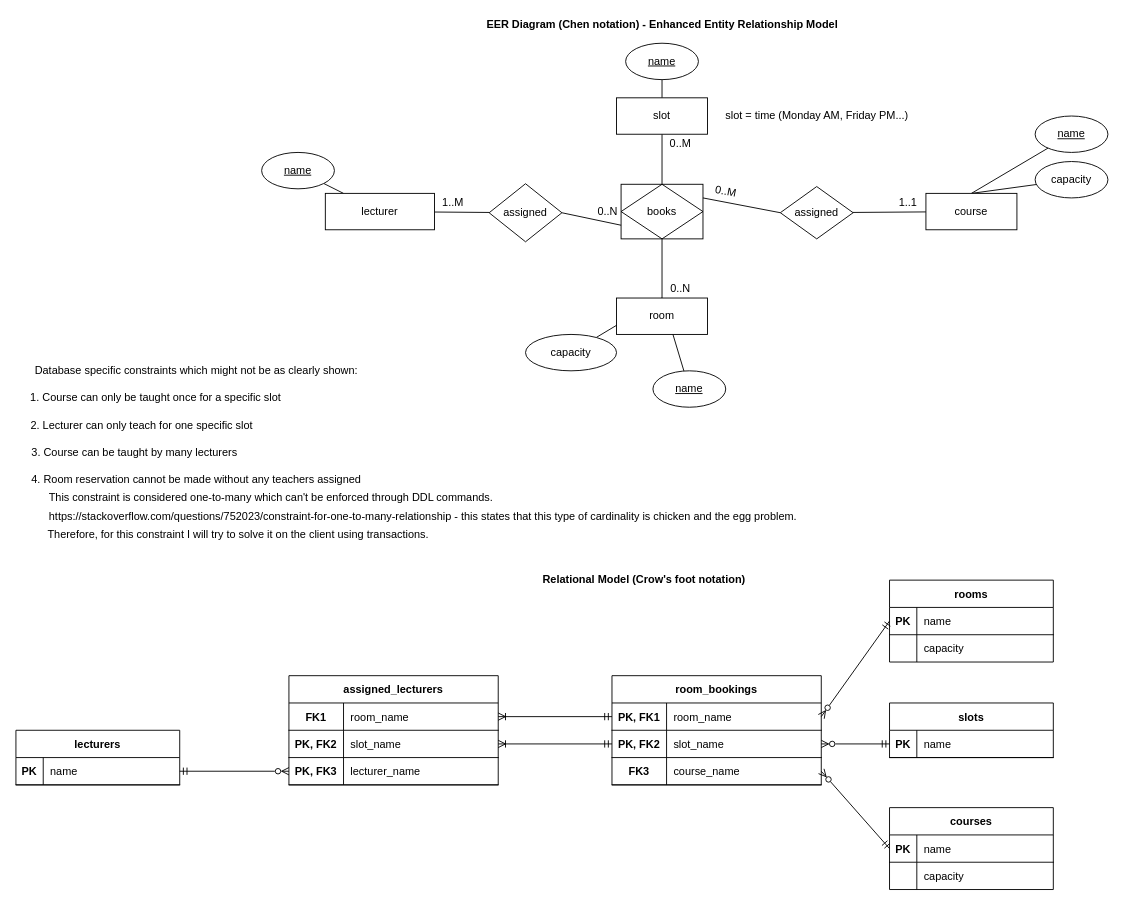
Earlier version of the draw.io diagram ER.drawio (rokaskasperavicius/sd-porfolio-3). Source tidied: cells renumbered, new cells numbered last; positions are measured from the earlier drawing's top-left corner, leaving out a move shared by most shapes. Both pictures are drawn from the tidied source at 91%, with x=0, y=0 at pixel (15, 15).
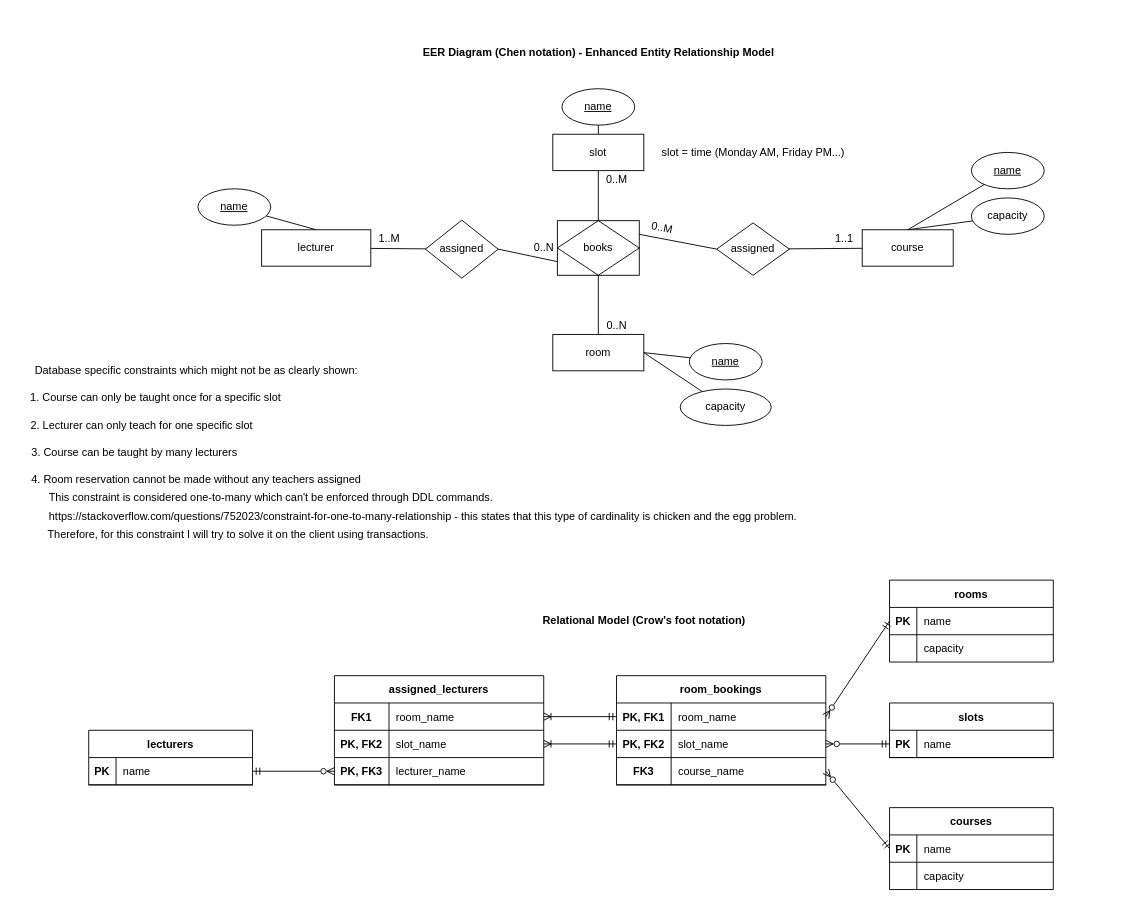
Above is the later version.

What changed in the source:
```diff
@@
     <mxCell id="5" value="course" style="whiteSpace=wrap;html=1;align=center;" parent="1" vertex="1">
-      <mxGeometry x="1000" y="195" width="100" height="40" as="geometry" />
+      <mxGeometry x="930" y="235" width="100" height="40" as="geometry" />
     </mxCell>
     <mxCell id="6" value="&lt;u&gt;name&lt;/u&gt;" style="ellipse;whiteSpace=wrap;html=1;" parent="1" vertex="1">
-      <mxGeometry x="1120" y="110" width="80" height="40" as="geometry" />
+      <mxGeometry x="1050" y="150" width="80" height="40" as="geometry" />
     </mxCell>
     <mxCell id="7" value="capacity" style="ellipse;whiteSpace=wrap;html=1;" parent="1" vertex="1">
-      <mxGeometry x="1120" y="160" width="80" height="40" as="geometry" />
+      <mxGeometry x="1050" y="200" width="80" height="40" as="geometry" />
     </mxCell>
-    <mxCell id="8" style="edgeStyle=none;rounded=0;jettySize=auto;html=1;endArrow=none;endFill=0;exitX=0.5;exitY=0;exitDx=0;exitDy=0;" parent="1" edge="1" source="11" target="12">
+    <mxCell id="8" style="edgeStyle=none;rounded=0;jettySize=auto;html=1;endArrow=none;endFill=0;exitX=1;exitY=0.5;exitDx=0;exitDy=0;" parent="1" edge="1" source="11" target="12">
       <mxGeometry relative="1" as="geometry" />
     </mxCell>
-    <mxCell id="9" style="edgeStyle=none;rounded=0;jettySize=auto;html=1;endArrow=none;endFill=0;exitX=0.5;exitY=0;exitDx=0;exitDy=0;" parent="1" edge="1" source="11" target="13">
+    <mxCell id="9" style="edgeStyle=none;rounded=0;jettySize=auto;html=1;endArrow=none;endFill=0;exitX=1;exitY=0.5;exitDx=0;exitDy=0;" parent="1" edge="1" source="11" target="13">
       <mxGeometry relative="1" as="geometry" />
     </mxCell>
@@
     <mxCell id="11" value="room" style="rounded=0;whiteSpace=wrap;html=1;" parent="1" vertex="1">
-      <mxGeometry x="660" y="310" width="100" height="40" as="geometry" />
+      <mxGeometry x="590" y="350" width="100" height="40" as="geometry" />
     </mxCell>
     <mxCell id="12" value="&lt;u&gt;name&lt;/u&gt;" style="ellipse;whiteSpace=wrap;html=1;rounded=0;" parent="1" vertex="1">
-      <mxGeometry x="700" y="390" width="80" height="40" as="geometry" />
+      <mxGeometry x="740" y="360" width="80" height="40" as="geometry" />
     </mxCell>
     <mxCell id="13" value="capacity" style="ellipse;whiteSpace=wrap;html=1;rounded=0;" parent="1" vertex="1">
-      <mxGeometry x="560" y="350" width="100" height="40" as="geometry" />
+      <mxGeometry x="730" y="410" width="100" height="40" as="geometry" />
     </mxCell>
-    <mxCell id="14" style="edgeStyle=none;rounded=0;jettySize=auto;html=1;endArrow=none;endFill=0;" parent="1" edge="1" source="16" target="17">
+    <mxCell id="14" style="edgeStyle=none;rounded=0;jettySize=auto;html=1;endArrow=none;endFill=0;exitX=0.5;exitY=0;exitDx=0;exitDy=0;" parent="1" edge="1" source="16" target="17">
       <mxGeometry relative="1" as="geometry" />
     </mxCell>
@@
     <mxCell id="16" value="lecturer" style="rounded=0;whiteSpace=wrap;html=1;" parent="1" vertex="1">
-      <mxGeometry x="340" y="195" width="120" height="40" as="geometry" />
+      <mxGeometry x="270" y="235" width="120" height="40" as="geometry" />
     </mxCell>
     <mxCell id="17" value="&lt;u&gt;name&lt;/u&gt;" style="ellipse;whiteSpace=wrap;html=1;rounded=0;" parent="1" vertex="1">
-      <mxGeometry x="270" y="150" width="80" height="40" as="geometry" />
+      <mxGeometry x="200" y="190" width="80" height="40" as="geometry" />
     </mxCell>
@@
     <mxCell id="33" value="room_bookings" style="shape=table;startSize=30;childLayout=tableLayout;rowLines=0;fontStyle=1;align=center;" parent="1" vertex="1">
-      <mxGeometry x="655" y="725" width="230" height="120" as="geometry" />
+      <mxGeometry x="660" y="725" width="230" height="120" as="geometry" />
     </mxCell>
@@
     <mxCell id="46" value="slot" style="whiteSpace=wrap;html=1;align=center;" parent="1" vertex="1">
-      <mxGeometry x="660" y="90" width="100" height="40" as="geometry" />
+      <mxGeometry x="590" y="130" width="100" height="40" as="geometry" />
     </mxCell>
     <mxCell id="47" value="&lt;u&gt;name&lt;/u&gt;" style="ellipse;whiteSpace=wrap;html=1;" parent="1" vertex="1">
-      <mxGeometry x="670" y="30" width="80" height="40" as="geometry" />
+      <mxGeometry x="600" y="80" width="80" height="40" as="geometry" />
     </mxCell>
     <mxCell id="48" value="0..N" style="text;html=1;align=center;verticalAlign=middle;strokeColor=none;fillColor=none;" parent="1" vertex="1">
-      <mxGeometry x="710" y="290" width="40" height="20" as="geometry" />
+      <mxGeometry x="640" y="330" width="40" height="20" as="geometry" />
     </mxCell>
     <mxCell id="49" value="0..M" style="text;html=1;align=center;verticalAlign=middle;strokeColor=none;fillColor=none;" parent="1" vertex="1">
-      <mxGeometry x="710" y="130" width="40" height="20" as="geometry" />
+      <mxGeometry x="640" y="170" width="40" height="20" as="geometry" />
     </mxCell>
     <mxCell id="50" value="books" style="shape=associativeEntity;whiteSpace=wrap;html=1;align=center;" parent="1" vertex="1">
-      <mxGeometry x="665" y="185" width="90" height="60" as="geometry" />
+      <mxGeometry x="595" y="225" width="90" height="60" as="geometry" />
     </mxCell>
@@
     <mxCell id="52" value="assigned" style="rhombus;whiteSpace=wrap;html=1;" parent="1" vertex="1">
-      <mxGeometry x="840" y="187.5" width="80" height="57.5" as="geometry" />
+      <mxGeometry x="770" y="227.5" width="80" height="57.5" as="geometry" />
     </mxCell>
     <mxCell id="53" value="0..M" style="text;html=1;align=center;verticalAlign=middle;strokeColor=none;fillColor=none;rotation=11;" parent="1" vertex="1">
-      <mxGeometry x="760" y="182.5" width="40" height="20" as="geometry" />
+      <mxGeometry x="690" y="222.5" width="40" height="20" as="geometry" />
     </mxCell>
     <mxCell id="54" value="1..1" style="text;html=1;align=center;verticalAlign=middle;strokeColor=none;fillColor=none;" parent="1" vertex="1">
-      <mxGeometry x="960" y="195" width="40" height="20" as="geometry" />
+      <mxGeometry x="890" y="235" width="40" height="20" as="geometry" />
     </mxCell>
@@
     <mxCell id="56" value="assigned" style="rhombus;whiteSpace=wrap;html=1;rounded=0;" parent="1" vertex="1">
-      <mxGeometry x="520" y="184.4" width="80" height="63.8" as="geometry" />
+      <mxGeometry x="450" y="224.4" width="80" height="63.8" as="geometry" />
     </mxCell>
     <mxCell id="57" value="0..N" style="text;html=1;align=center;verticalAlign=middle;strokeColor=none;fillColor=none;" parent="1" vertex="1">
-      <mxGeometry x="630" y="205" width="40" height="20" as="geometry" />
+      <mxGeometry x="560" y="245" width="40" height="20" as="geometry" />
     </mxCell>
     <mxCell id="58" value="1..M" style="text;html=1;align=center;verticalAlign=middle;strokeColor=none;fillColor=none;" parent="1" vertex="1">
-      <mxGeometry x="460" y="195" width="40" height="20" as="geometry" />
+      <mxGeometry x="390" y="235" width="40" height="20" as="geometry" />
     </mxCell>
     <mxCell id="59" value="&lt;b&gt;EER Diagram (Chen notation) - Enhanced&amp;nbsp;Entity Relationship Model&lt;/b&gt;" style="text;html=1;align=center;verticalAlign=middle;strokeColor=none;fillColor=none;" parent="1" vertex="1">
-      <mxGeometry x="510" width="400" height="20" as="geometry" />
+      <mxGeometry x="440" y="30" width="400" height="20" as="geometry" />
     </mxCell>
     <mxCell id="60" value="&lt;b&gt;Relational Model (Crow's foot notation)&lt;/b&gt;" style="text;html=1;align=center;verticalAlign=middle;strokeColor=none;fillColor=none;" parent="1" vertex="1">
-      <mxGeometry x="570" y="610" width="240" height="20" as="geometry" />
+      <mxGeometry x="570" y="655" width="240" height="20" as="geometry" />
     </mxCell>
@@
     <mxCell id="67" value="lecturers" style="shape=table;startSize=30;childLayout=tableLayout;rowLines=0;fontStyle=1;align=center;" parent="1" vertex="1">
-      <mxGeometry y="785" width="180" height="60" as="geometry" />
+      <mxGeometry x="80" y="785" width="180" height="60" as="geometry" />
     </mxCell>
@@
     <mxCell id="72" value="assigned_lecturers" style="shape=table;startSize=30;childLayout=tableLayout;rowLines=0;fontStyle=1;align=center;" parent="1" vertex="1">
-      <mxGeometry x="300" y="725" width="230" height="120" as="geometry" />
+      <mxGeometry x="350" y="725" width="230" height="120" as="geometry" />
     </mxCell>
@@
     <mxCell id="86" value="slot = time (Monday AM, Friday PM...)" style="text;html=1;align=center;verticalAlign=middle;strokeColor=none;fillColor=none;" parent="1" vertex="1">
-      <mxGeometry x="770" y="100" width="220" height="20" as="geometry" />
+      <mxGeometry x="700" y="140" width="220" height="20" as="geometry" />
     </mxCell>
```
